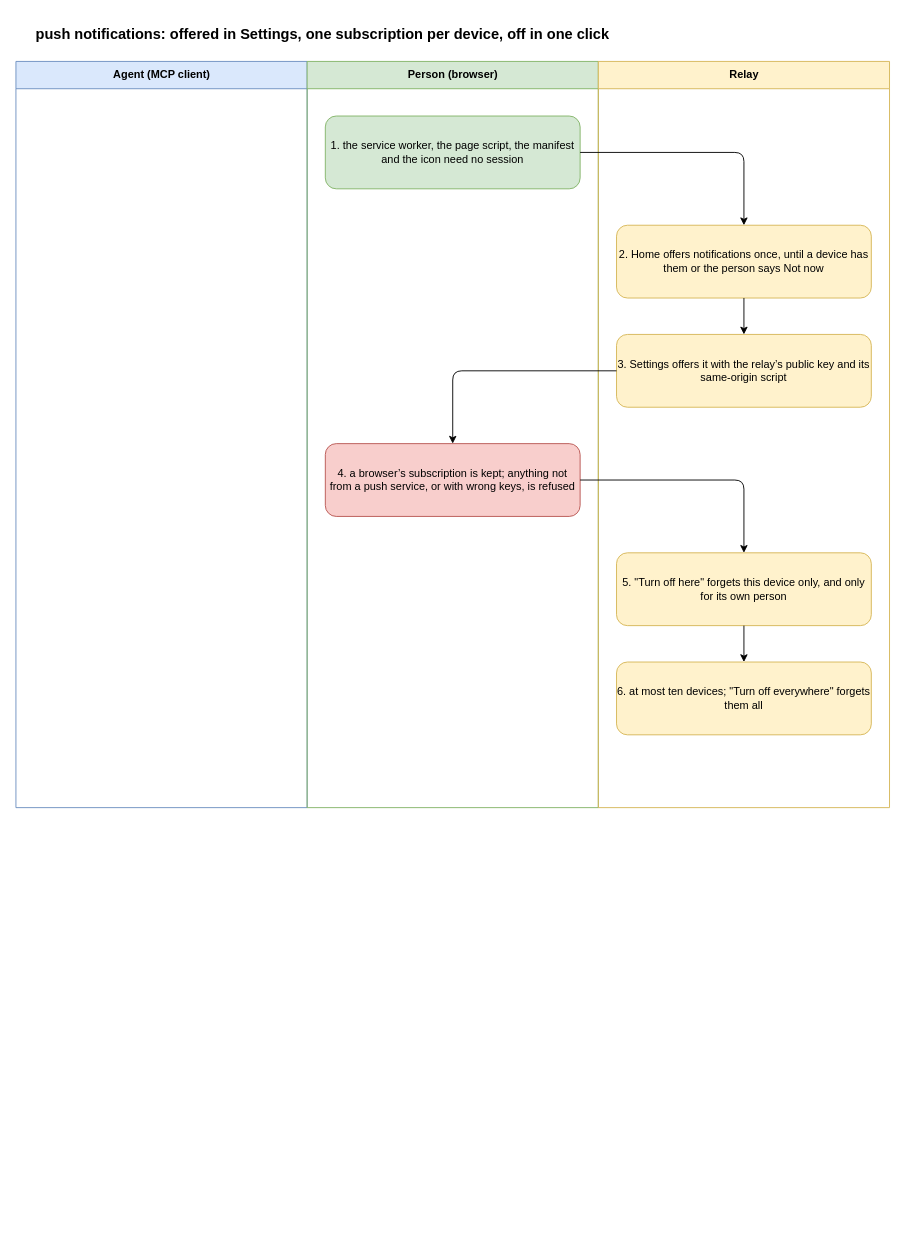
Earlier version of the draw.io diagram docs/flows/push.drawio (gizemsoylutr/klatsch). Source tidied: cells renumbered, new cells numbered last; positions are measured from the earlier drawing's top-left corner, leaving out a move shared by most shapes. Both pictures are drawn from the tidied source at 91%, with x=0, y=0 at pixel (15, 15).
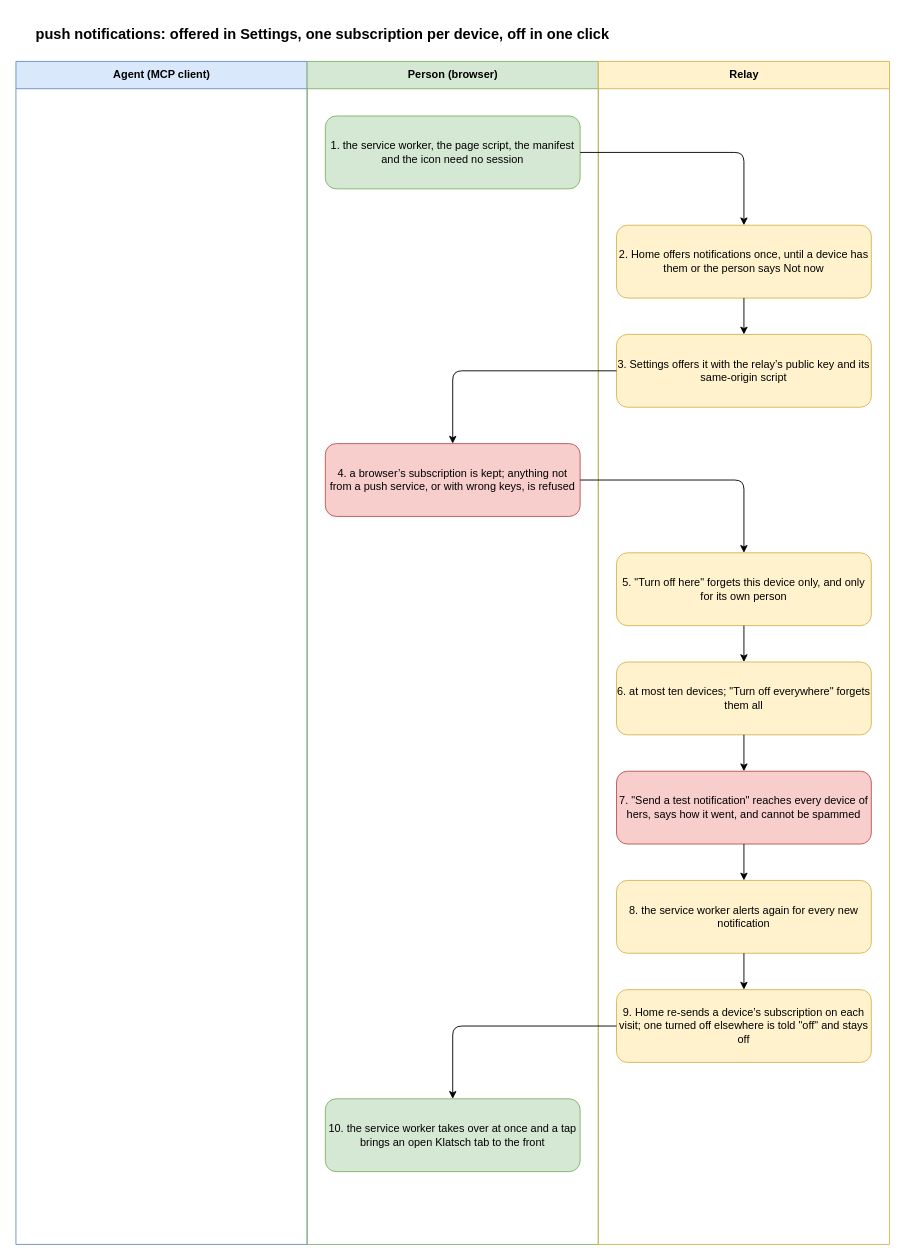
After the change.

Commit message (it also covers changes not shown here):
Flows: add the push sync and test routes

Claude-Session: https://claude.ai/code/session_017K5Zkjo4zyhFWasFHZaikZ

The change refers to these unchanged cells:
```xml
<mxCell id="15" value="6. at most ten devices; &quot;Turn off everywhere&quot; forgets them all" style="rounded=1;whiteSpace=wrap;html=1;fillColor=#fff2cc;strokeColor=#d6b656;fontSize=12;" parent="1" vertex="1">
  <mxGeometry x="660" y="710" width="280" height="80" as="geometry" />
</mxCell>
```

What changed in the source:
```diff
@@
     <mxCell id="3" value="Agent (MCP client)" style="swimlane;html=1;startSize=30;fillColor=#dae8fc;strokeColor=#6c8ebf;swimlaneFillColor=none;" parent="1" vertex="1">
-      <mxGeometry y="50" width="320" height="820" as="geometry" />
+      <mxGeometry y="50" width="320" height="1300" as="geometry" />
     </mxCell>
     <mxCell id="4" value="Person (browser)" style="swimlane;html=1;startSize=30;fillColor=#d5e8d4;strokeColor=#82b366;swimlaneFillColor=none;" parent="1" vertex="1">
-      <mxGeometry x="320" y="50" width="320" height="820" as="geometry" />
+      <mxGeometry x="320" y="50" width="320" height="1300" as="geometry" />
     </mxCell>
     <mxCell id="5" value="Relay" style="swimlane;html=1;startSize=30;fillColor=#fff2cc;strokeColor=#d6b656;swimlaneFillColor=none;" parent="1" vertex="1">
-      <mxGeometry x="640" y="50" width="320" height="820" as="geometry" />
+      <mxGeometry x="640" y="50" width="320" height="1300" as="geometry" />
     </mxCell>
@@
+    <mxCell id="17" value="7. &quot;Send a test notification&quot; reaches every device of hers, says how it went, and cannot be spammed" style="rounded=1;whiteSpace=wrap;html=1;fillColor=#f8cecc;strokeColor=#b85450;fontSize=12;" parent="1" vertex="1">
+      <mxGeometry x="660" y="830" width="280" height="80" as="geometry" />
+    </mxCell>
+    <mxCell id="18" style="edgeStyle=orthogonalEdgeStyle;rounded=1;html=1;endArrow=classic;" parent="1" edge="1" source="15" target="17">
+      <mxGeometry relative="1" as="geometry" />
+    </mxCell>
+    <mxCell id="19" value="8. the service worker alerts again for every new notification" style="rounded=1;whiteSpace=wrap;html=1;fillColor=#fff2cc;strokeColor=#d6b656;fontSize=12;" parent="1" vertex="1">
+      <mxGeometry x="660" y="950" width="280" height="80" as="geometry" />
+    </mxCell>
+    <mxCell id="20" style="edgeStyle=orthogonalEdgeStyle;rounded=1;html=1;endArrow=classic;" parent="1" edge="1" source="17" target="19">
+      <mxGeometry relative="1" as="geometry" />
+    </mxCell>
+    <mxCell id="21" value="9. Home re-sends a device’s subscription on each visit; one turned off elsewhere is told &quot;off&quot; and stays off" style="rounded=1;whiteSpace=wrap;html=1;fillColor=#fff2cc;strokeColor=#d6b656;fontSize=12;" parent="1" vertex="1">
+      <mxGeometry x="660" y="1070" width="280" height="80" as="geometry" />
+    </mxCell>
+    <mxCell id="22" style="edgeStyle=orthogonalEdgeStyle;rounded=1;html=1;endArrow=classic;" parent="1" edge="1" source="19" target="21">
+      <mxGeometry relative="1" as="geometry" />
+    </mxCell>
+    <mxCell id="23" value="10. the service worker takes over at once and a tap brings an open Klatsch tab to the front" style="rounded=1;whiteSpace=wrap;html=1;fillColor=#d5e8d4;strokeColor=#82b366;fontSize=12;" parent="1" vertex="1">
+      <mxGeometry x="340" y="1190" width="280" height="80" as="geometry" />
+    </mxCell>
+    <mxCell id="24" style="edgeStyle=orthogonalEdgeStyle;rounded=1;html=1;endArrow=classic;" parent="1" edge="1" source="21" target="23">
+      <mxGeometry relative="1" as="geometry" />
+    </mxCell>
```
